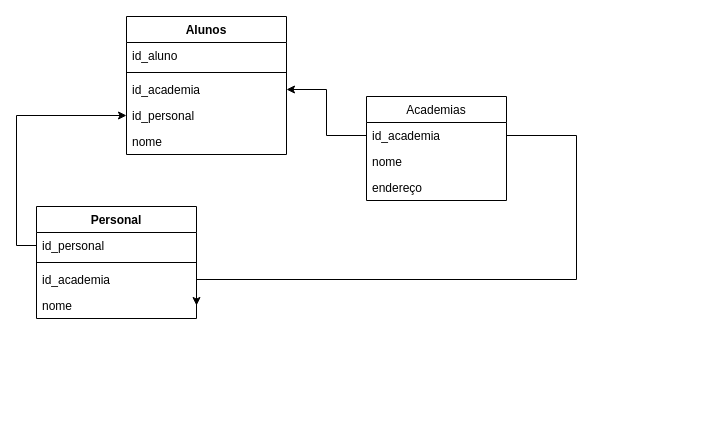
This is Untitled Diagram.drawio from uiliands/class_kotlin, a draw.io file, before an edit. Source tidied: cells renumbered, new cells numbered last; positions are measured from the earlier drawing's top-left corner, leaving out a move shared by most shapes. Both pictures are drawn from the tidied source at 100%, with x=0, y=0 at pixel (36, 16).
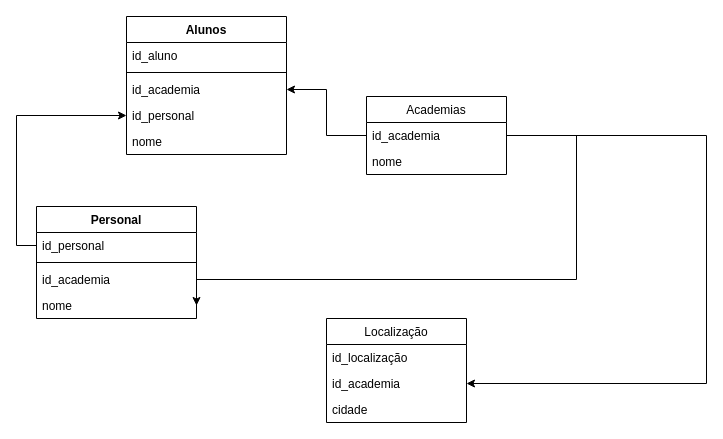
Above is the later version.

The change refers to these unchanged cells:
```xml
<mxCell id="3" value="id_academia" style="text;strokeColor=none;fillColor=none;align=left;verticalAlign=top;spacingLeft=4;spacingRight=4;overflow=hidden;points=[[0,0.5],[1,0.5]];portConstraint=eastwest;" parent="2" vertex="1">
  <mxGeometry y="26" width="140" height="26" as="geometry" />
</mxCell>
```

What changed in the source:
```diff
@@
     <mxCell id="2" value="Academias" style="swimlane;fontStyle=0;horizontal=1;startSize=26;fillColor=none;" parent="1" vertex="1">
-      <mxGeometry x="330" y="80" width="140" height="104" as="geometry" />
+      <mxGeometry x="330" y="80" width="140" height="78" as="geometry" />
     </mxCell>
@@
-    <mxCell id="5" value="endereço" style="text;strokeColor=none;fillColor=none;align=left;verticalAlign=top;spacingLeft=4;spacingRight=4;overflow=hidden;" parent="2" vertex="1">
-      <mxGeometry y="78" width="140" height="26" as="geometry" />
-    </mxCell>
@@
+    <mxCell id="20" value="Localização" style="swimlane;fontStyle=0;horizontal=1;startSize=26;fillColor=none;" parent="1" vertex="1">
+      <mxGeometry x="290" y="302" width="140" height="104" as="geometry" />
+    </mxCell>
+    <mxCell id="21" value="id_localização" style="text;strokeColor=none;fillColor=none;align=left;verticalAlign=top;spacingLeft=4;spacingRight=4;overflow=hidden;" parent="20" vertex="1">
+      <mxGeometry y="26" width="140" height="26" as="geometry" />
+    </mxCell>
+    <mxCell id="22" value="id_academia" style="text;strokeColor=none;fillColor=none;align=left;verticalAlign=top;spacingLeft=4;spacingRight=4;overflow=hidden;points=[[0,0.5],[1,0.5]];portConstraint=eastwest;" parent="20" vertex="1">
+      <mxGeometry y="52" width="140" height="26" as="geometry" />
+    </mxCell>
+    <mxCell id="23" value="cidade" style="text;strokeColor=none;fillColor=none;align=left;verticalAlign=top;spacingLeft=4;spacingRight=4;overflow=hidden;" parent="20" vertex="1">
+      <mxGeometry y="78" width="140" height="26" as="geometry" />
+    </mxCell>
+    <mxCell id="24" style="edgeStyle=orthogonalEdgeStyle;rounded=0;jettySize=auto;html=1;" parent="1" edge="1" source="3" target="22">
+      <mxGeometry relative="1" as="geometry">
+        <Array as="points">
+          <mxPoint x="670" y="119" />
+          <mxPoint x="670" y="367" />
+        </Array>
+      </mxGeometry>
+    </mxCell>
```
